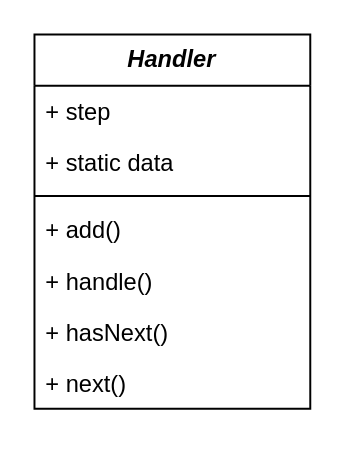
The draw.io diagram chain-step.drawio in joelau71/uml, before the edit. Source tidied: cells renumbered, new cells numbered last; positions are measured from the earlier drawing's top-left corner, leaving out a move shared by most shapes. Both pictures are drawn from the tidied source at 197%, with x=0, y=0 at pixel (33, 33).
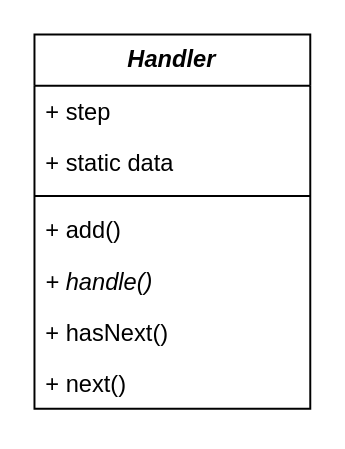
After the change.

What changed in the source:
```diff
@@
 <mxGraphModel>
   <root>
     <mxCell id="0" />
     <mxCell id="1" parent="0" />
     <mxCell id="2" value="&lt;b&gt;&lt;i&gt;Handler&lt;/i&gt;&lt;/b&gt;" style="swimlane;fontStyle=0;horizontal=1;startSize=26;fillColor=none;whiteSpace=wrap;html=1;" parent="1" vertex="1">
       <mxGeometry width="140" height="190" as="geometry" />
     </mxCell>
     <mxCell id="3" value="+ step" style="text;strokeColor=none;fillColor=none;align=left;verticalAlign=top;spacingLeft=4;spacingRight=4;overflow=hidden;whiteSpace=wrap;html=1;" parent="2" vertex="1">
       <mxGeometry y="26" width="140" height="26" as="geometry" />
     </mxCell>
     <mxCell id="4" value="+ static data" style="text;strokeColor=none;fillColor=none;align=left;verticalAlign=top;spacingLeft=4;spacingRight=4;overflow=hidden;whiteSpace=wrap;html=1;" parent="2" vertex="1">
       <mxGeometry y="52" width="140" height="26" as="geometry" />
     </mxCell>
     <mxCell id="5" style="line;strokeWidth=1;fillColor=none;align=left;verticalAlign=middle;spacingTop=-1;spacingLeft=3;spacingRight=3;labelPosition=right;strokeColor=inherit;" parent="2" vertex="1">
       <mxGeometry y="78" width="140" height="8" as="geometry" />
     </mxCell>
     <mxCell id="6" value="+ add()" style="text;strokeColor=none;fillColor=none;align=left;verticalAlign=top;spacingLeft=4;spacingRight=4;overflow=hidden;whiteSpace=wrap;html=1;" parent="2" vertex="1">
       <mxGeometry y="86" width="140" height="26" as="geometry" />
     </mxCell>
-    <mxCell id="7" value="+ handle()" style="text;strokeColor=none;fillColor=none;align=left;verticalAlign=top;spacingLeft=4;spacingRight=4;overflow=hidden;whiteSpace=wrap;html=1;" parent="2" vertex="1">
+    <mxCell id="7" value="&lt;i&gt;+ handle()&lt;/i&gt;" style="text;strokeColor=none;fillColor=none;align=left;verticalAlign=top;spacingLeft=4;spacingRight=4;overflow=hidden;whiteSpace=wrap;html=1;" parent="2" vertex="1">
       <mxGeometry y="112" width="140" height="26" as="geometry" />
     </mxCell>
     <mxCell id="8" value="+ hasNext()" style="text;strokeColor=none;fillColor=none;align=left;verticalAlign=top;spacingLeft=4;spacingRight=4;overflow=hidden;whiteSpace=wrap;html=1;" parent="2" vertex="1">
       <mxGeometry y="138" width="140" height="26" as="geometry" />
     </mxCell>
     <mxCell id="9" value="+ next()" style="text;strokeColor=none;fillColor=none;align=left;verticalAlign=top;spacingLeft=4;spacingRight=4;overflow=hidden;whiteSpace=wrap;html=1;" parent="2" vertex="1">
       <mxGeometry y="164" width="140" height="26" as="geometry" />
     </mxCell>
   </root>
 </mxGraphModel>
```
